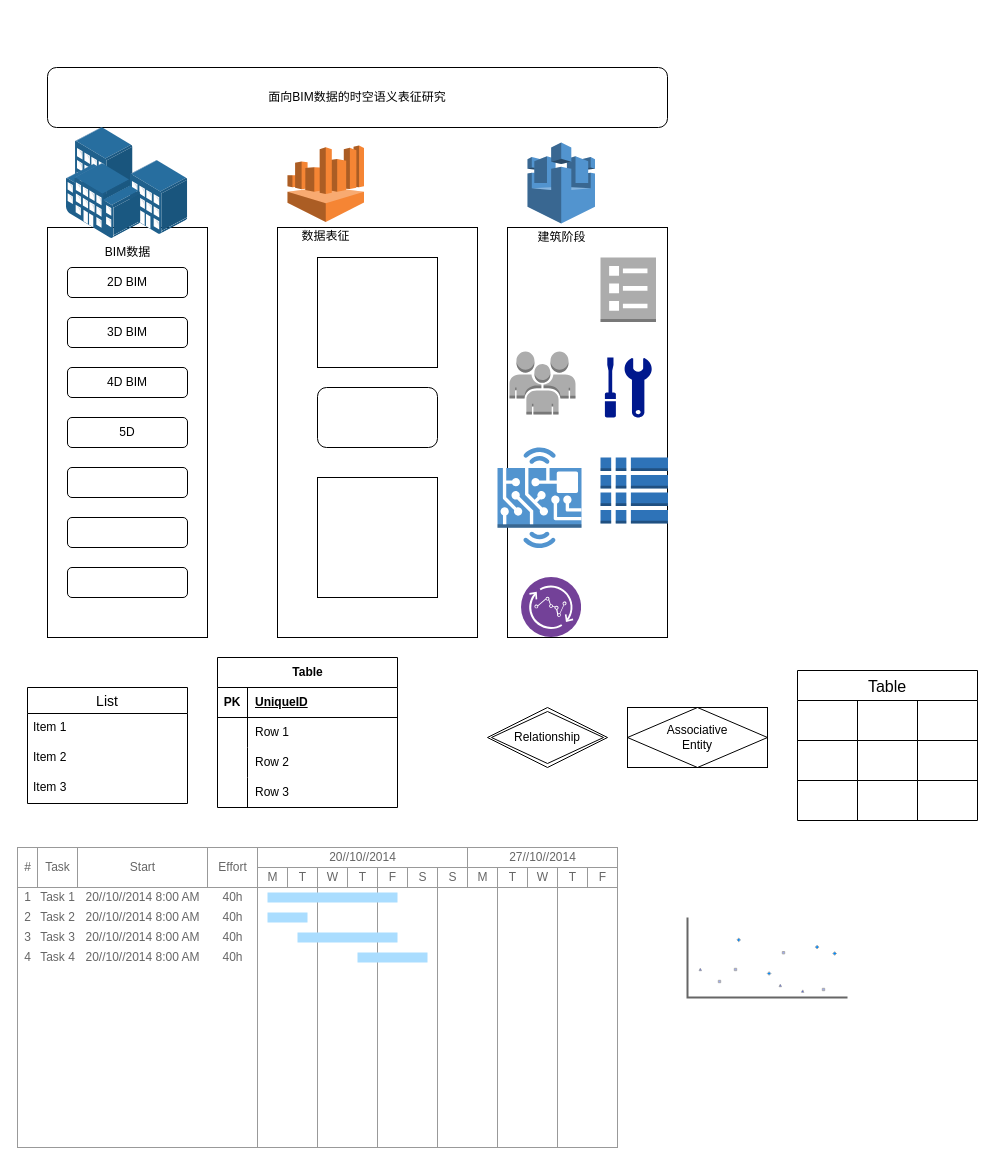
Student-WangZhengTao/LLM keeps this draw.io diagram as 未命名绘图.drawio. Above is the earlier version. Source tidied: cells renumbered, new cells numbered last; positions are measured from the earlier drawing's top-left corner, leaving out a move shared by most shapes. Both pictures are drawn from the tidied source at 100%, with x=0, y=0 at pixel (17, 67).
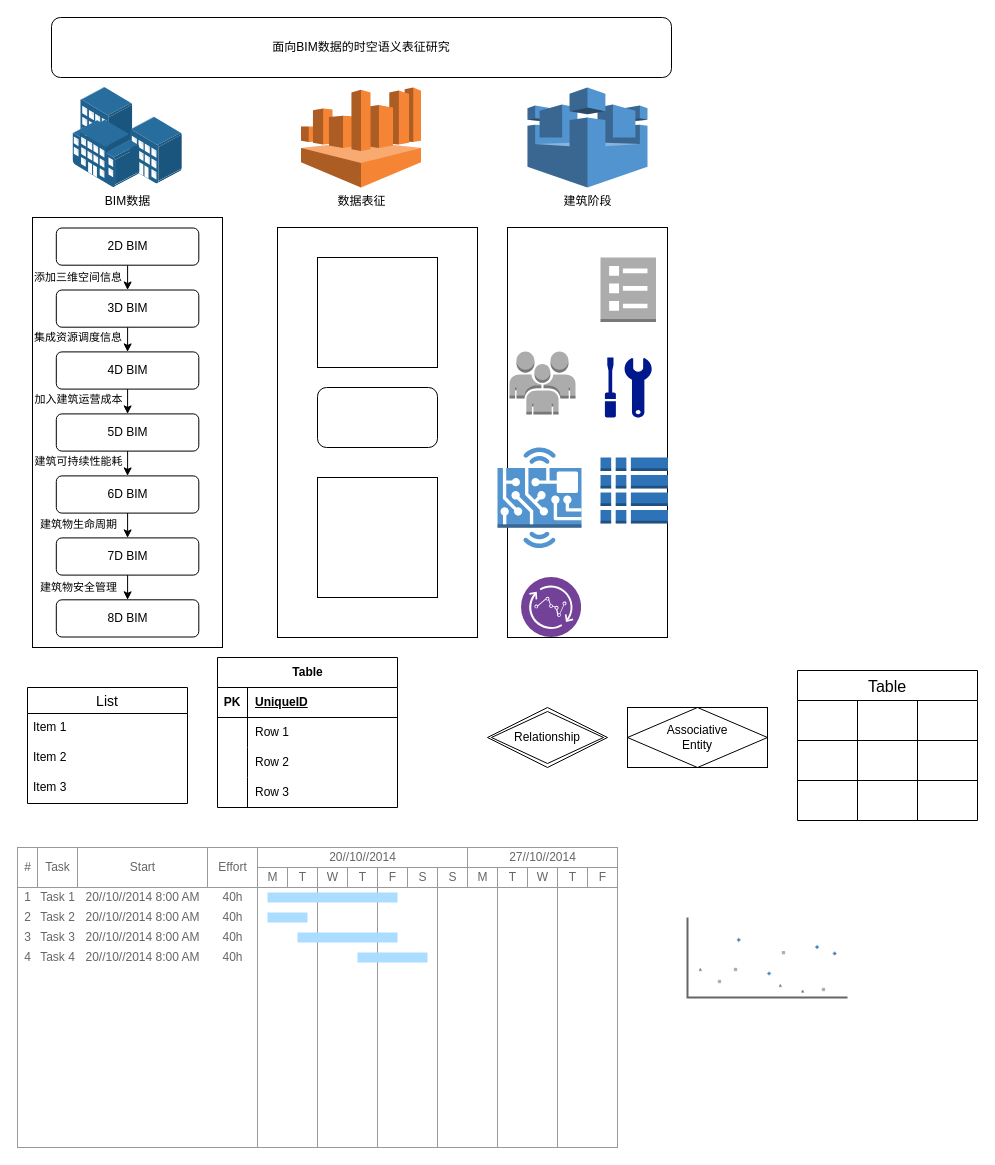
The same page after the edit.

The edit, as a diff of the source:
```diff
@@
-    <mxCell id="2" style="rounded=0;whiteSpace=wrap;html=1;" parent="1" vertex="1">
-      <mxGeometry x="30" y="160" width="160" height="410" as="geometry" />
-    </mxCell>
     <mxCell id="3" value="面向BIM数据的时空语义表征研究" style="rounded=1;whiteSpace=wrap;html=1;" parent="1" vertex="1">
-      <mxGeometry x="30" width="620" height="60" as="geometry" />
+      <mxGeometry x="34" y="-50" width="620" height="60" as="geometry" />
     </mxCell>
@@
-    <mxCell id="6" value="2D BIM" style="rounded=1;whiteSpace=wrap;html=1;" parent="1" vertex="1">
-      <mxGeometry x="50" y="200" width="120" height="30" as="geometry" />
-    </mxCell>
-    <mxCell id="7" value="3D BIM" style="rounded=1;whiteSpace=wrap;html=1;" parent="1" vertex="1">
-      <mxGeometry x="50" y="250" width="120" height="30" as="geometry" />
-    </mxCell>
-    <mxCell id="8" value="4D BIM" style="rounded=1;whiteSpace=wrap;html=1;" parent="1" vertex="1">
-      <mxGeometry x="50" y="300" width="120" height="30" as="geometry" />
-    </mxCell>
-    <mxCell id="9" value="5D" style="rounded=1;whiteSpace=wrap;html=1;" parent="1" vertex="1">
-      <mxGeometry x="50" y="350" width="120" height="30" as="geometry" />
-    </mxCell>
-    <mxCell id="10" style="rounded=1;whiteSpace=wrap;html=1;" parent="1" vertex="1">
-      <mxGeometry x="50" y="400" width="120" height="30" as="geometry" />
-    </mxCell>
-    <mxCell id="11" style="rounded=1;whiteSpace=wrap;html=1;" parent="1" vertex="1">
-      <mxGeometry x="50" y="450" width="120" height="30" as="geometry" />
-    </mxCell>
-    <mxCell id="12" style="rounded=1;whiteSpace=wrap;html=1;" parent="1" vertex="1">
-      <mxGeometry x="50" y="500" width="120" height="30" as="geometry" />
-    </mxCell>
@@
     <mxCell id="82" value="BIM数据" style="image;html=1;align=center;shadow=0;dashed=0;image=img/lib/allied_telesis/buildings/Building_Cluster.svg;" parent="1" vertex="1">
-      <mxGeometry x="49" y="60" width="121.2" height="111" as="geometry" />
+      <mxGeometry x="50" y="20" width="120" height="100" as="geometry" />
     </mxCell>
     <mxCell id="83" value="数据表征" style="dashed=0;verticalLabelPosition=bottom;verticalAlign=top;align=center;html=1;shape=mxgraph.aws3.athena;fillColor=#F58534;gradientColor=none;" parent="1" vertex="1">
-      <mxGeometry x="270" y="78" width="76.5" height="76.5" as="geometry" />
+      <mxGeometry x="283.5" y="20" width="120" height="100" as="geometry" />
     </mxCell>
     <mxCell id="84" value="建筑阶段" style="dashed=0;verticalLabelPosition=bottom;verticalAlign=top;align=center;html=1;shape=mxgraph.aws3.aws_iot;fillColor=#5294CF;gradientColor=none;" parent="1" vertex="1">
-      <mxGeometry x="510" y="75" width="67.5" height="81" as="geometry" />
+      <mxGeometry x="510" y="20" width="120" height="100" as="geometry" />
     </mxCell>
@@
+    <mxCell id="2" style="rounded=0;whiteSpace=wrap;html=1;" parent="1" vertex="1">
+      <mxGeometry x="15" y="150" width="190" height="430" as="geometry" />
+    </mxCell>
+    <mxCell id="104" style="edgeStyle=orthogonalEdgeStyle;rounded=0;jettySize=auto;html=1;entryX=0.5;entryY=0;entryDx=0;entryDy=0;" parent="1" edge="1" source="6" target="7">
+      <mxGeometry relative="1" as="geometry" />
+    </mxCell>
+    <mxCell id="105" value="添加三维空间信息" style="edgeLabel;html=1;align=left;verticalAlign=middle;labelPosition=right;verticalLabelPosition=middle;" parent="104" vertex="1">
+      <mxGeometry x="-0.28" relative="1" as="geometry">
+        <mxPoint x="-95" y="3" as="offset" />
+      </mxGeometry>
+    </mxCell>
+    <mxCell id="6" value="2D BIM" style="rounded=1;whiteSpace=wrap;html=1;" parent="1" vertex="1">
+      <mxGeometry x="38.8" y="160.5" width="142.5" height="37.2" as="geometry" />
+    </mxCell>
+    <mxCell id="106" style="edgeStyle=orthogonalEdgeStyle;rounded=0;jettySize=auto;html=1;entryX=0.5;entryY=0;entryDx=0;entryDy=0;" parent="1" edge="1" source="7" target="8">
+      <mxGeometry relative="1" as="geometry" />
+    </mxCell>
+    <mxCell id="107" value="集成资源调度信息" style="edgeLabel;html=1;align=left;verticalAlign=middle;labelPosition=right;verticalLabelPosition=middle;" parent="106" vertex="1">
+      <mxGeometry x="-0.25" relative="1" as="geometry">
+        <mxPoint x="-95" y="1" as="offset" />
+      </mxGeometry>
+    </mxCell>
+    <mxCell id="7" value="3D BIM" style="rounded=1;whiteSpace=wrap;html=1;" parent="1" vertex="1">
+      <mxGeometry x="38.8" y="222.5" width="142.5" height="37.2" as="geometry" />
+    </mxCell>
+    <mxCell id="108" style="edgeStyle=orthogonalEdgeStyle;rounded=0;jettySize=auto;html=1;entryX=0.5;entryY=0;entryDx=0;entryDy=0;" parent="1" edge="1" source="8" target="9">
+      <mxGeometry relative="1" as="geometry" />
+    </mxCell>
+    <mxCell id="109" value="加入建筑运营成本" style="edgeLabel;html=1;align=center;verticalAlign=middle;" parent="108" vertex="1">
+      <mxGeometry x="0.63" relative="1" as="geometry">
+        <mxPoint x="-50" y="-10" as="offset" />
+      </mxGeometry>
+    </mxCell>
+    <mxCell id="8" value="4D BIM" style="rounded=1;whiteSpace=wrap;html=1;" parent="1" vertex="1">
+      <mxGeometry x="38.8" y="284.4" width="142.5" height="37.2" as="geometry" />
+    </mxCell>
+    <mxCell id="110" style="edgeStyle=orthogonalEdgeStyle;rounded=0;jettySize=auto;html=1;entryX=0.5;entryY=0;entryDx=0;entryDy=0;" parent="1" edge="1" source="9" target="10">
+      <mxGeometry relative="1" as="geometry" />
+    </mxCell>
+    <mxCell id="111" value="建筑可持续性能耗" style="edgeLabel;html=1;align=center;verticalAlign=middle;" parent="110" vertex="1">
+      <mxGeometry x="0.62" relative="1" as="geometry">
+        <mxPoint x="-50" y="-10" as="offset" />
+      </mxGeometry>
+    </mxCell>
+    <mxCell id="9" value="5D BIM" style="rounded=1;whiteSpace=wrap;html=1;" parent="1" vertex="1">
+      <mxGeometry x="38.8" y="346.4" width="142.5" height="37.2" as="geometry" />
+    </mxCell>
+    <mxCell id="112" style="edgeStyle=orthogonalEdgeStyle;rounded=0;jettySize=auto;html=1;entryX=0.5;entryY=0;entryDx=0;entryDy=0;" parent="1" edge="1" source="10" target="11">
+      <mxGeometry relative="1" as="geometry" />
+    </mxCell>
+    <mxCell id="113" value="建筑物生命周期" style="edgeLabel;html=1;align=center;verticalAlign=middle;" parent="112" vertex="1">
+      <mxGeometry x="0.58" relative="1" as="geometry">
+        <mxPoint x="-50" y="-9" as="offset" />
+      </mxGeometry>
+    </mxCell>
+    <mxCell id="10" value="6D BIM" style="rounded=1;whiteSpace=wrap;html=1;" parent="1" vertex="1">
+      <mxGeometry x="38.8" y="408.4" width="142.5" height="37.2" as="geometry" />
+    </mxCell>
+    <mxCell id="114" style="edgeStyle=orthogonalEdgeStyle;rounded=0;jettySize=auto;html=1;entryX=0.5;entryY=0;entryDx=0;entryDy=0;" parent="1" edge="1" source="11" target="12">
+      <mxGeometry relative="1" as="geometry" />
+    </mxCell>
+    <mxCell id="115" value="建筑物安全管理" style="edgeLabel;html=1;align=center;verticalAlign=middle;" parent="114" vertex="1">
+      <mxGeometry x="0.65" y="1" relative="1" as="geometry">
+        <mxPoint x="-51" y="-8" as="offset" />
+      </mxGeometry>
+    </mxCell>
+    <mxCell id="11" value="7D BIM" style="rounded=1;whiteSpace=wrap;html=1;" parent="1" vertex="1">
+      <mxGeometry x="38.8" y="470.4" width="142.5" height="37.2" as="geometry" />
+    </mxCell>
+    <mxCell id="12" value="8D BIM" style="rounded=1;whiteSpace=wrap;html=1;" parent="1" vertex="1">
+      <mxGeometry x="38.8" y="532.3" width="142.5" height="37.2" as="geometry" />
+    </mxCell>
```
